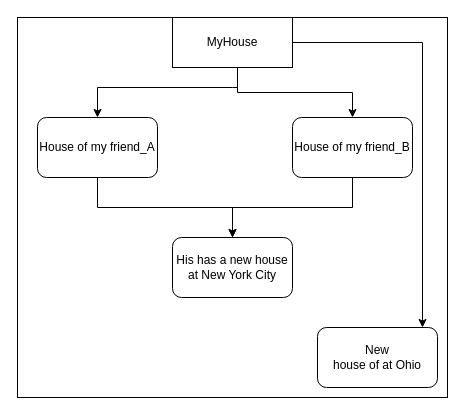
uninaniso/C-plus-plus keeps this draw.io diagram as information for program G.drawio. Above is the earlier version. Source tidied: cells renumbered, new cells numbered last; positions are measured from the earlier drawing's top-left corner, leaving out a move shared by most shapes. Both pictures are drawn from the tidied source at 100%, with x=0, y=0 at pixel (17, 17).
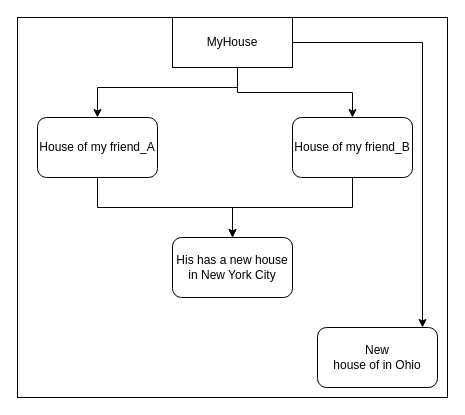
The same diagram, later.

The edit, as a diff of the source:
```diff
@@
 <mxGraphModel>
   <root>
     <mxCell id="0" />
     <mxCell id="1" parent="0" />
     <mxCell id="2" style="rounded=0;whiteSpace=wrap;html=1;" parent="1" vertex="1">
       <mxGeometry width="430" height="380" as="geometry" />
     </mxCell>
     <mxCell id="3" style="edgeStyle=orthogonalEdgeStyle;rounded=0;jettySize=auto;html=1;entryX=0.5;entryY=0;entryDx=0;entryDy=0;" parent="1" edge="1" target="8">
       <mxGeometry relative="1" as="geometry">
         <mxPoint x="220" y="70" as="sourcePoint" />
         <Array as="points">
           <mxPoint x="215" y="70" />
           <mxPoint x="80" y="70" />
         </Array>
       </mxGeometry>
     </mxCell>
     <mxCell id="4" style="edgeStyle=orthogonalEdgeStyle;rounded=0;jettySize=auto;html=1;" parent="1" edge="1" source="6" target="10">
       <mxGeometry relative="1" as="geometry">
         <Array as="points">
           <mxPoint x="220" y="75" />
           <mxPoint x="335" y="75" />
         </Array>
       </mxGeometry>
     </mxCell>
     <mxCell id="5" style="edgeStyle=orthogonalEdgeStyle;rounded=0;jettySize=auto;html=1;entryX=0.875;entryY=0;entryDx=0;entryDy=0;entryPerimeter=0;" parent="1" edge="1" source="6" target="12">
       <mxGeometry relative="1" as="geometry" />
     </mxCell>
     <mxCell id="6" value="MyHouse" style="rounded=0;whiteSpace=wrap;html=1;" parent="1" vertex="1">
       <mxGeometry x="155" width="120" height="50" as="geometry" />
     </mxCell>
     <mxCell id="7" style="edgeStyle=orthogonalEdgeStyle;rounded=0;jettySize=auto;html=1;entryX=0.5;entryY=0;entryDx=0;entryDy=0;" parent="1" edge="1" source="8" target="11">
       <mxGeometry relative="1" as="geometry">
         <Array as="points">
           <mxPoint x="80" y="190" />
           <mxPoint x="215" y="190" />
         </Array>
       </mxGeometry>
     </mxCell>
     <mxCell id="8" value="House of my friend_A" style="rounded=1;whiteSpace=wrap;html=1;" parent="1" vertex="1">
       <mxGeometry x="20" y="100" width="120" height="60" as="geometry" />
     </mxCell>
     <mxCell id="9" style="edgeStyle=orthogonalEdgeStyle;rounded=0;jettySize=auto;html=1;entryX=0.5;entryY=0;entryDx=0;entryDy=0;" parent="1" edge="1" source="10" target="11">
       <mxGeometry relative="1" as="geometry" />
     </mxCell>
     <mxCell id="10" value="House of my friend_B" style="rounded=1;whiteSpace=wrap;html=1;" parent="1" vertex="1">
       <mxGeometry x="275" y="100" width="120" height="60" as="geometry" />
     </mxCell>
-    <mxCell id="11" value="His has a new house at New York City" style="rounded=1;whiteSpace=wrap;html=1;" parent="1" vertex="1">
+    <mxCell id="11" value="His has a new house in New York City" style="rounded=1;whiteSpace=wrap;html=1;" parent="1" vertex="1">
       <mxGeometry x="155" y="220" width="120" height="60" as="geometry" />
     </mxCell>
-    <mxCell id="12" value="New&lt;div&gt;house of at Ohio&lt;/div&gt;" style="rounded=1;whiteSpace=wrap;html=1;" parent="1" vertex="1">
+    <mxCell id="12" value="New&lt;div&gt;house of in Ohio&lt;/div&gt;" style="rounded=1;whiteSpace=wrap;html=1;" parent="1" vertex="1">
       <mxGeometry x="300" y="310" width="120" height="60" as="geometry" />
     </mxCell>
   </root>
 </mxGraphModel>
```
